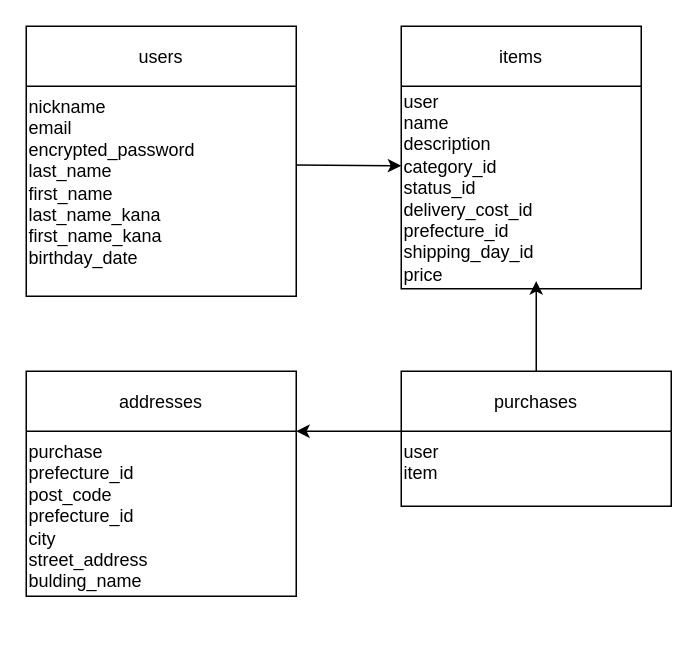
The draw.io diagram app/views/er test.dio in naecchi/furima-42447, before the edit. Source tidied: cells renumbered, new cells numbered last; positions are measured from the earlier drawing's top-left corner, leaving out a move shared by most shapes. Both pictures are drawn from the tidied source at 150%, with x=0, y=0 at pixel (26, 26).
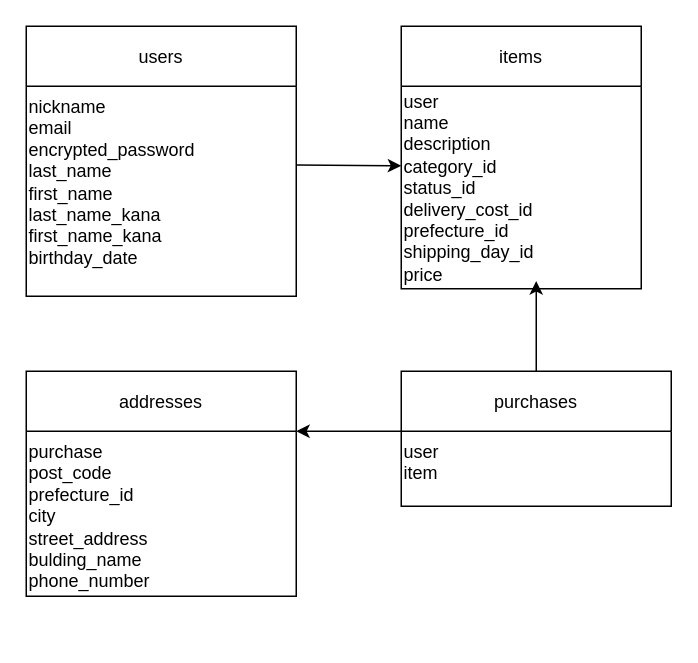
After the change.

Diff of the diagram source:
```diff
@@
 <mxGraphModel>
   <root>
     <mxCell id="0" />
     <mxCell id="1" parent="0" />
     <mxCell id="2" value="users" style="shape=swimlane;" parent="1" vertex="1">
       <mxGeometry width="180" height="180" as="geometry" />
     </mxCell>
     <mxCell id="3" style="edgeStyle=none;html=1;exitX=1;exitY=0.75;exitDx=0;exitDy=0;" parent="2" edge="1" source="4">
       <mxGeometry relative="1" as="geometry">
         <mxPoint x="250" y="93" as="targetPoint" />
       </mxGeometry>
     </mxCell>
     <mxCell id="4" value="nickname &lt;br&gt;email&lt;br&gt;encrypted_password&lt;br&gt;last_name&lt;br&gt;first_name&lt;br&gt;last_name_kana&lt;br&gt;first_name_kana&lt;br&gt;birthday_date&amp;nbsp;&lt;br&gt;&lt;div&gt;&lt;br&gt;&lt;/div&gt;" style="text;html=1;strokeColor=none;" parent="2" vertex="1">
       <mxGeometry y="40" width="180" height="70" as="geometry" />
     </mxCell>
     <mxCell id="5" value="items" style="shape=swimlane;" parent="1" vertex="1">
       <mxGeometry x="250" width="160" height="175" as="geometry" />
     </mxCell>
     <mxCell id="6" value="&lt;br&gt;user&lt;br&gt;name&lt;br&gt;description&lt;br&gt;category_id&lt;br&gt;status_id&lt;br&gt;delivery_cost_id&lt;br&gt;prefecture_id&lt;br&gt;shipping_day_id&lt;br&gt;price&lt;br&gt;&lt;br&gt;&lt;div&gt;&lt;br&gt;&lt;/div&gt;" style="text;html=1;align=left;verticalAlign=middle;points=[];strokeColor=none;fillColor=none;" parent="5" vertex="1">
       <mxGeometry y="20" width="110" height="190" as="geometry" />
     </mxCell>
     <mxCell id="7" value="addresses" style="shape=swimlane;" parent="1" vertex="1">
       <mxGeometry y="230" width="180" height="150" as="geometry" />
     </mxCell>
-    <mxCell id="8" value="&lt;span style=&quot;color: rgb(0, 0, 0); text-align: center;&quot;&gt;purchase&lt;/span&gt;&lt;br&gt;prefecture_id&lt;br&gt;&lt;span style=&quot;color: rgb(0, 0, 0);&quot;&gt;post_code&lt;br&gt;&lt;span style=&quot;color: rgb(0, 0, 0);&quot;&gt;prefecture_id&lt;br&gt;&lt;span style=&quot;color: rgb(0, 0, 0);&quot;&gt;city&lt;br&gt;street_address&lt;br&gt;bulding_name&lt;br&gt;&lt;br&gt;&lt;br&gt;&lt;/span&gt;&lt;/span&gt;&lt;/span&gt;" style="text;html=1;strokeColor=none;" parent="7" vertex="1">
+    <mxCell id="8" value="&lt;span style=&quot;color: rgb(0, 0, 0); text-align: center;&quot;&gt;purchase&lt;/span&gt;&lt;br&gt;&lt;span style=&quot;color: rgb(0, 0, 0);&quot;&gt;post_code&lt;br&gt;&lt;span style=&quot;color: rgb(0, 0, 0);&quot;&gt;prefecture_id&lt;br&gt;&lt;span style=&quot;color: rgb(0, 0, 0);&quot;&gt;city&lt;br&gt;street_address&lt;br&gt;bulding_name&lt;br&gt;phone_number&lt;br&gt;&lt;br&gt;&lt;br&gt;&lt;/span&gt;&lt;/span&gt;&lt;/span&gt;" style="text;html=1;strokeColor=none;" parent="7" vertex="1">
       <mxGeometry y="40" width="180" height="110" as="geometry" />
     </mxCell>
     <mxCell id="9" value="purchases" style="shape=swimlane;" parent="1" vertex="1">
       <mxGeometry x="250" y="230" width="180" height="90" as="geometry" />
     </mxCell>
     <mxCell id="10" style="edgeStyle=none;html=1;exitX=0;exitY=0;exitDx=0;exitDy=0;" parent="9" edge="1" source="11">
       <mxGeometry relative="1" as="geometry">
         <mxPoint x="-70" y="40" as="targetPoint" />
       </mxGeometry>
     </mxCell>
     <mxCell id="11" value="user&lt;br&gt;&lt;span style=&quot;color: rgb(0, 0, 0);&quot;&gt;item&lt;/span&gt;&lt;br&gt;&lt;div&gt;&lt;br&gt;&lt;/div&gt;" style="text;html=1;strokeColor=none;" parent="9" vertex="1">
       <mxGeometry y="40" width="180" height="40" as="geometry" />
     </mxCell>
     <mxCell id="12" style="edgeStyle=none;html=1;" parent="1" edge="1">
       <mxGeometry relative="1" as="geometry">
         <mxPoint x="250" y="95" as="sourcePoint" />
         <mxPoint x="250" y="95" as="targetPoint" />
       </mxGeometry>
     </mxCell>
     <mxCell id="13" style="edgeStyle=none;html=1;exitX=0.5;exitY=0;exitDx=0;exitDy=0;entryX=0.818;entryY=0.789;entryDx=0;entryDy=0;entryPerimeter=0;" parent="1" edge="1" source="9" target="6">
       <mxGeometry relative="1" as="geometry" />
     </mxCell>
   </root>
 </mxGraphModel>
```
